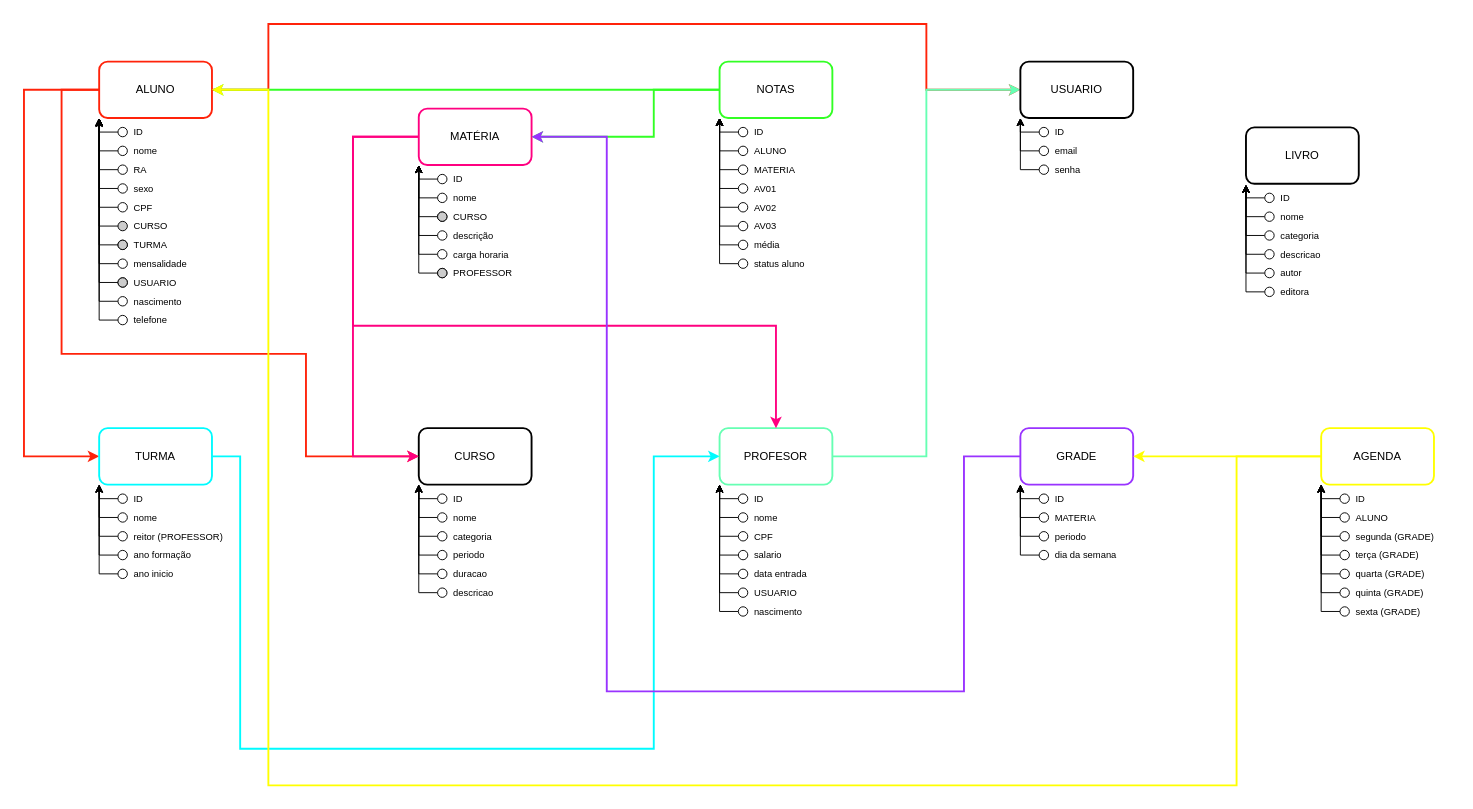
Above: diagrama.drawio in joao-montanari/SIAportal (draw.io), before the change. Source tidied: cells renumbered, new cells numbered last; positions are measured from the earlier drawing's top-left corner, leaving out a move shared by most shapes. Both pictures are drawn from the tidied source at 94%, with x=0, y=0 at pixel (24, 24).
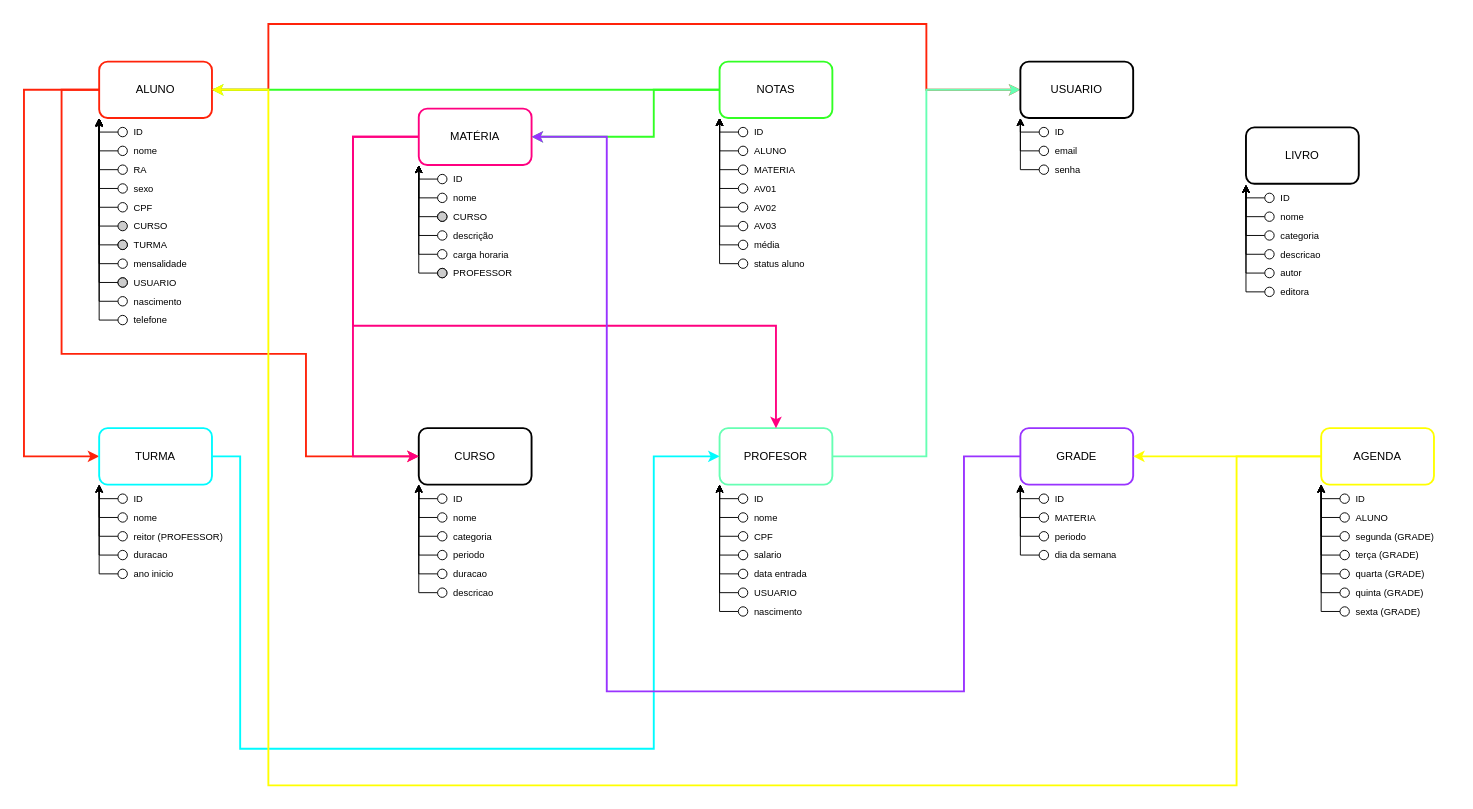
After the change.

Change to the diagram source:
```diff
@@
-    <mxCell id="69" value="ano formação" style="text;html=1;align=left;verticalAlign=middle;strokeColor=none;fillColor=none;fontSize=10;" parent="1" vertex="1">
-      <mxGeometry x="115" y="550" width="80" height="30" as="geometry" />
+    <mxCell id="69" value="duracao" style="text;html=1;align=left;verticalAlign=middle;strokeColor=none;fillColor=none;fontSize=10;" parent="1" vertex="1">
+      <mxGeometry x="115" y="550" width="60" height="30" as="geometry" />
     </mxCell>
```
